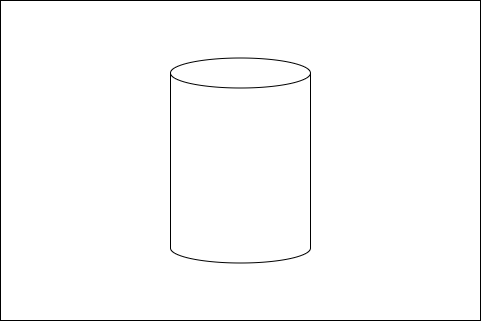
This is images/tanks/simple_tank_type_0.png from CrayJThiemsert/iot_theapp, a draw.io export, as it was before one commit. Source tidied: cells renumbered, new cells last; positions are measured from the earlier drawing's top-left corner, leaving out a move shared by most shapes. The source it was exported from:
```xml
<mxGraphModel>
  <root>
    <mxCell id="0" />
    <mxCell id="1" parent="0" />
    <mxCell id="2" style="rounded=0;whiteSpace=wrap;html=1;" parent="1" vertex="1">
      <mxGeometry width="480" height="320" as="geometry" />
    </mxCell>
    <mxCell id="3" style="shape=cylinder3;whiteSpace=wrap;html=1;boundedLbl=1;backgroundOutline=1;size=15;rotation=0;" parent="1" vertex="1">
      <mxGeometry x="170" y="57.5" width="140" height="205" as="geometry" />
    </mxCell>
  </root>
</mxGraphModel>
```
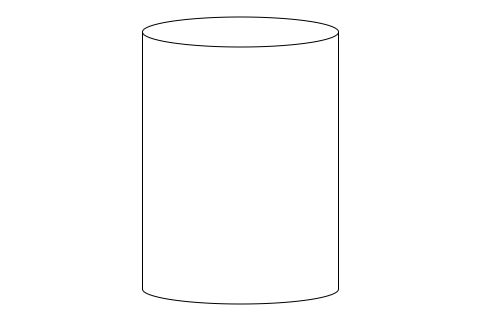
Later version of the same file.

Commit message:
- Added "Tank Filled Level" notification settings in the device detail screen.

The edit, as a diff of the source:
```diff
@@ -2,11 +2,11 @@
   <root>
     <mxCell id="0" />
     <mxCell id="1" parent="0" />
-    <mxCell id="2" style="rounded=0;whiteSpace=wrap;html=1;" parent="1" vertex="1">
-      <mxGeometry width="480" height="320" as="geometry" />
+    <mxCell id="2" style="rounded=0;whiteSpace=wrap;html=1;strokeColor=none;fillColor=none;" parent="1" vertex="1">
+      <mxGeometry x="720" width="480" height="320" as="geometry" />
     </mxCell>
     <mxCell id="3" style="shape=cylinder3;whiteSpace=wrap;html=1;boundedLbl=1;backgroundOutline=1;size=15;rotation=0;" parent="1" vertex="1">
-      <mxGeometry x="170" y="57.5" width="140" height="205" as="geometry" />
+      <mxGeometry x="862" y="16.5" width="196" height="287" as="geometry" />
     </mxCell>
   </root>
 </mxGraphModel>
```
